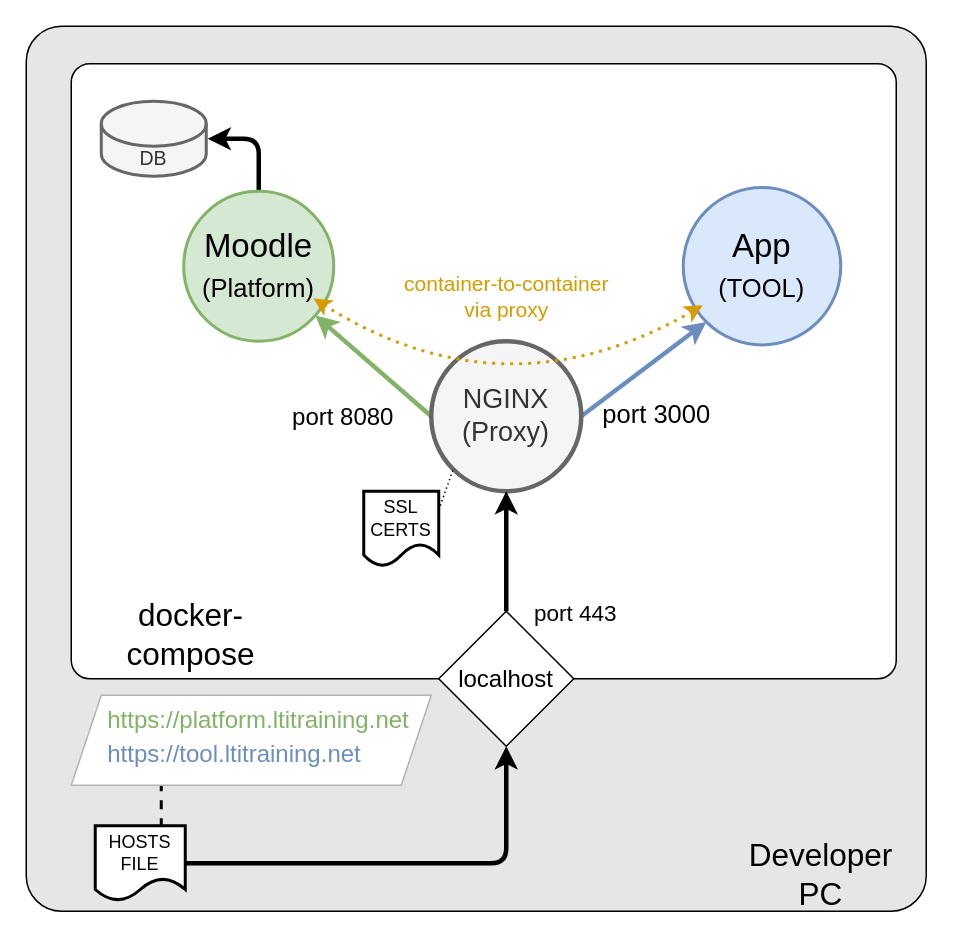
Earlier version of the draw.io diagram docs/images/LTIBootcampPython.drawio (1EdTech/LTI-bootcamp-python). Source tidied: cells renumbered, new cells numbered last; positions are measured from the earlier drawing's top-left corner, leaving out a move shared by most shapes. Both pictures are drawn from the tidied source at 150%, with x=0, y=0 at pixel (26, 26).
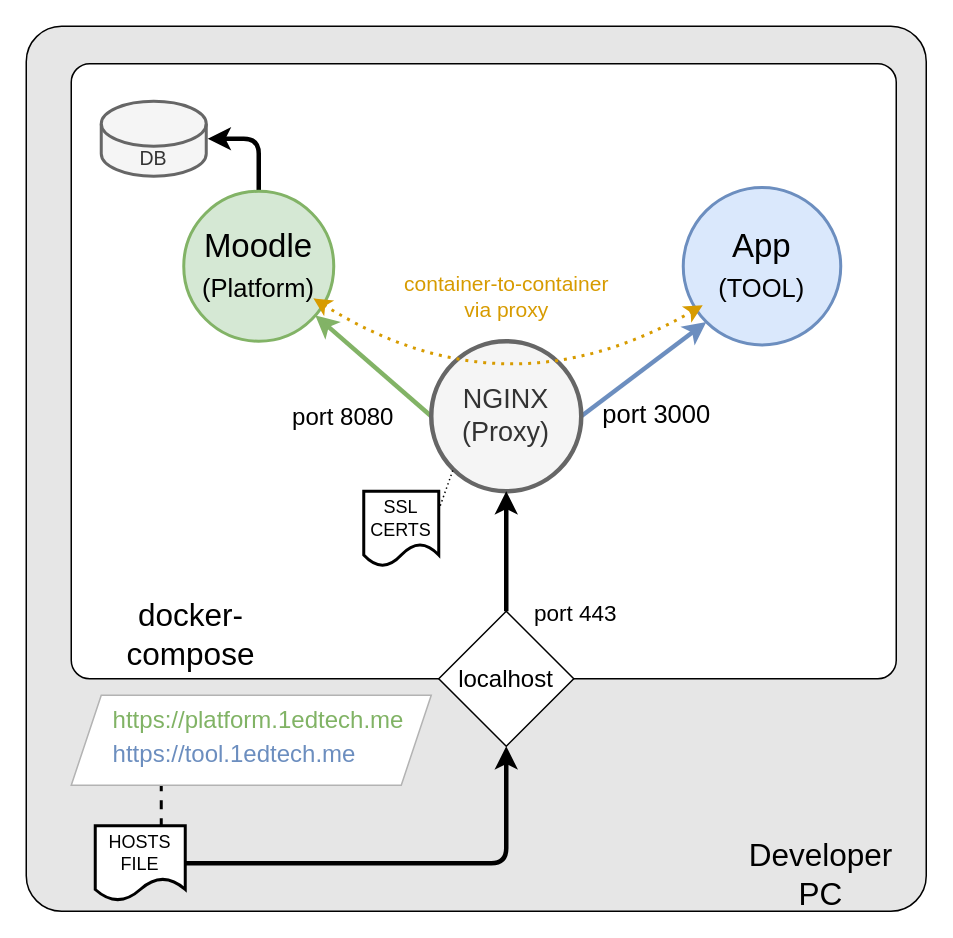
After the change.

What changed in the source:
```diff
@@
-    <mxCell id="24" value="https://platform.ltitraining.net" style="text;html=1;strokeColor=none;fillColor=none;align=center;verticalAlign=middle;whiteSpace=wrap;rounded=0;fontSize=16;fontColor=#81b365;" parent="1" vertex="1">
+    <mxCell id="24" value="https://platform.1edtech.me" style="text;html=1;strokeColor=none;fillColor=none;align=center;verticalAlign=middle;whiteSpace=wrap;rounded=0;fontSize=16;fontColor=#81b365;" parent="1" vertex="1">
       <mxGeometry x="125" y="447" width="60" height="30" as="geometry" />
     </mxCell>
-    <mxCell id="25" value="&lt;font style=&quot;font-size: 16px;&quot;&gt;https://tool.ltitraining.net&lt;/font&gt;" style="text;html=1;strokeColor=none;fillColor=none;align=center;verticalAlign=middle;whiteSpace=wrap;rounded=0;fontColor=#6c8ebf;" parent="1" vertex="1">
+    <mxCell id="25" value="&lt;font style=&quot;font-size: 16px;&quot;&gt;https://tool.1edtech.me&lt;/font&gt;" style="text;html=1;strokeColor=none;fillColor=none;align=center;verticalAlign=middle;whiteSpace=wrap;rounded=0;fontColor=#6c8ebf;" parent="1" vertex="1">
       <mxGeometry x="109" y="470" width="60" height="30" as="geometry" />
     </mxCell>
```
